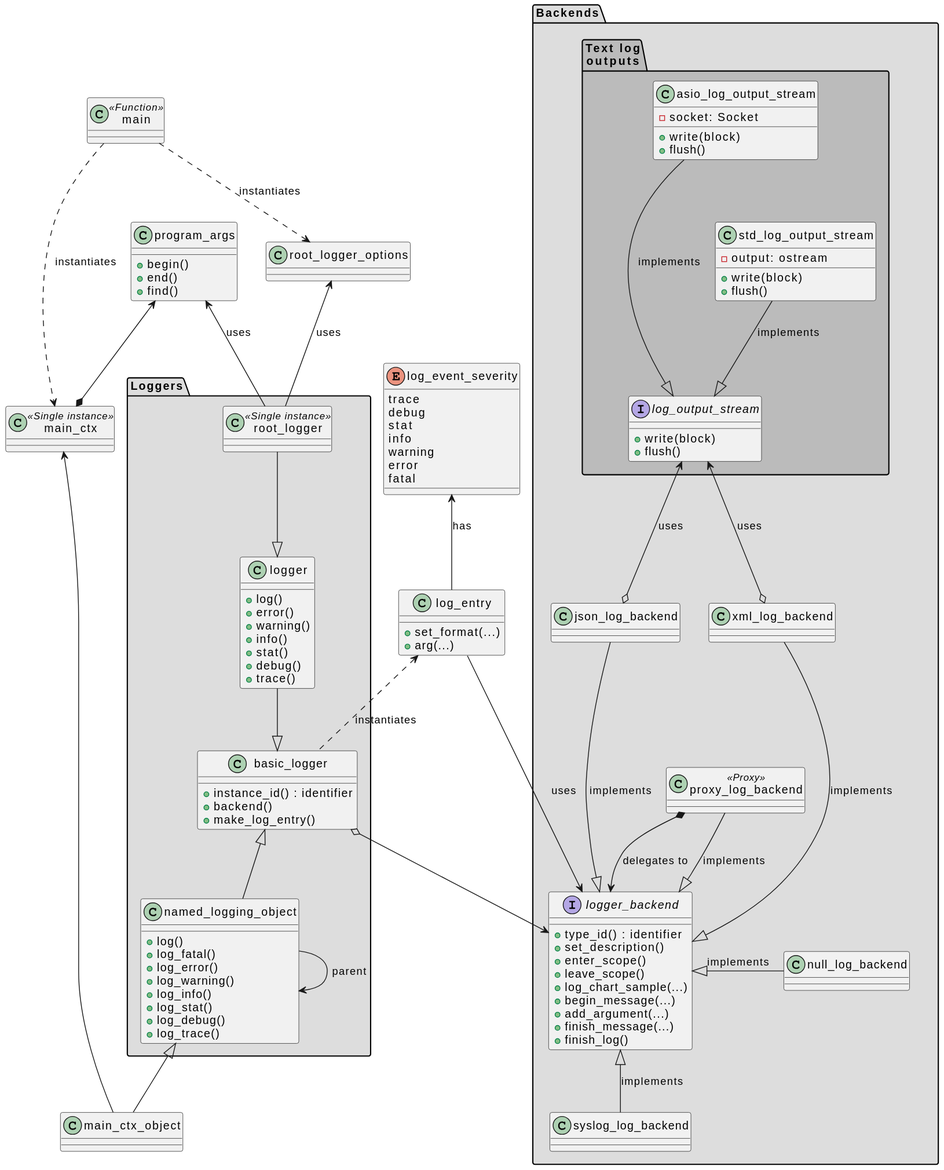
matus-chochlik/eagine-core keeps this PlantUML diagram as doc/diagrams/eagine/logging_overview.svg. Above is the earlier version.
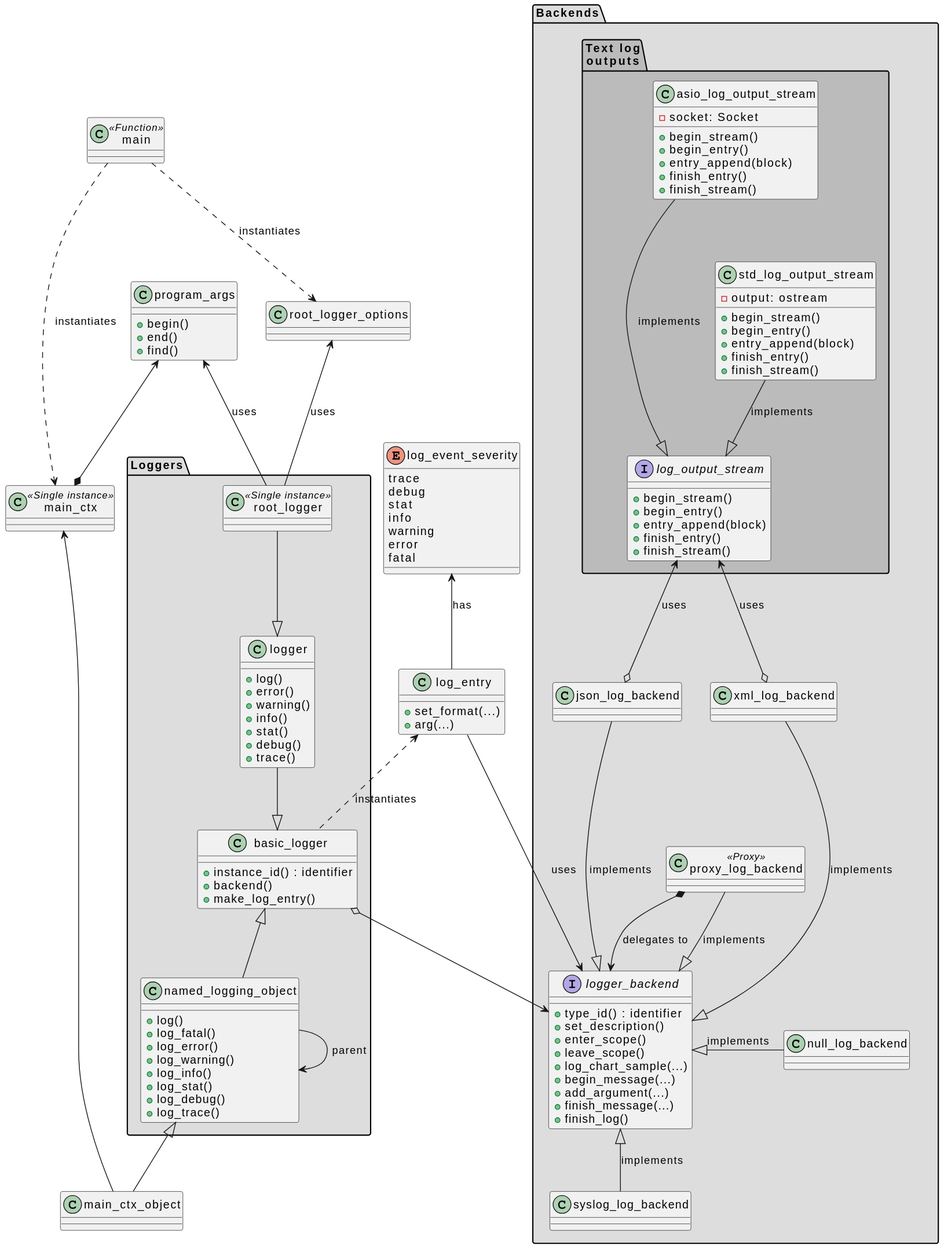
Above is the later version.

Commit message:
Updated logging overview diagram

Change to the diagram source:
```diff
@@ -44,20 +44,29 @@
 package "Text log\noutputs" #BBBBBB {
 
 interface log_output_stream {
-    +write(block)
-    +flush()
+	+begin_stream()
+	+begin_entry()
+	+entry_append(block)
+	+finish_entry()
+	+finish_stream()
 }
 
 class std_log_output_stream {
     -output: ostream
-    +write(block)
-    +flush()
+	+begin_stream()
+	+begin_entry()
+	+entry_append(block)
+	+finish_entry()
+	+finish_stream()
 }
 
 class asio_log_output_stream {
     -socket: Socket
-    +write(block)
-    +flush()
+	+begin_stream()
+	+begin_entry()
+	+entry_append(block)
+	+finish_entry()
+	+finish_stream()
 }
 
 asio_log_output_stream -[hidden]- std_log_output_stream
```
